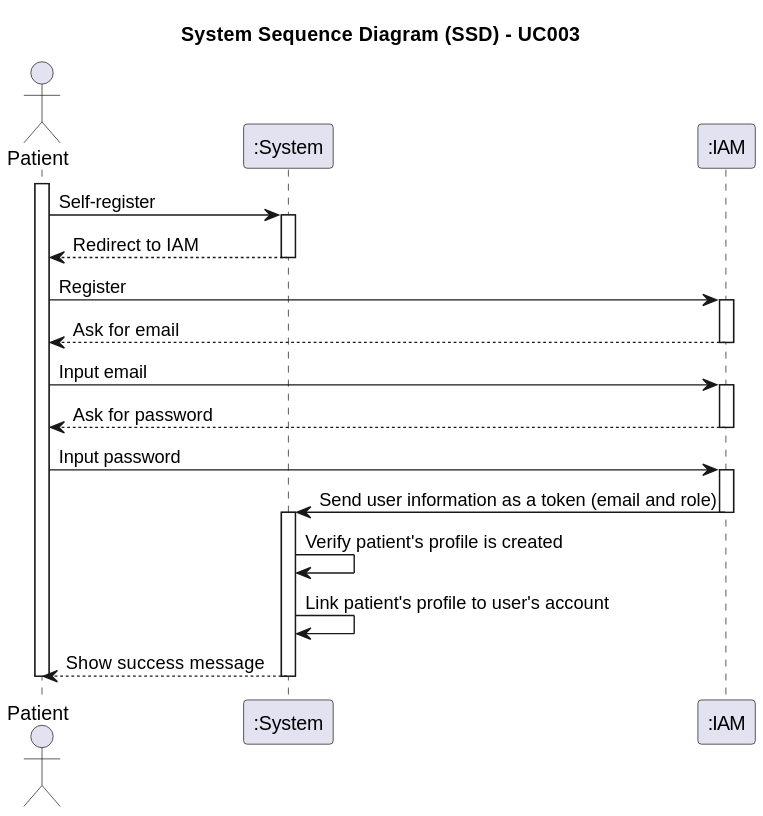
1221124/sem5pi-24-25-g031 keeps this PlantUML diagram as docs/SprintA/UseCases/UC003/01.requirements-engineering/svg/uc003-system-sequence-diagram.svg. Above is the earlier version.
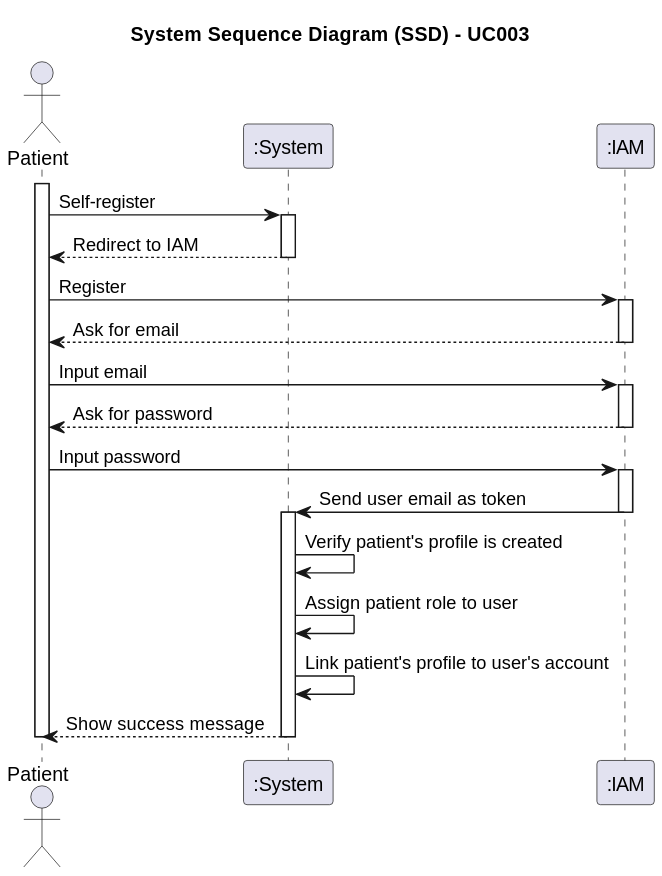
After the change.

Diff of the diagram source:
```diff
@@ -34,13 +34,15 @@
 
     activate IAM
 
-        IAM -> System: Send user information as a token (email and role)
+        IAM -> System: Send user email as token
 
     deactivate IAM
 
     activate System
 
         System -> System: Verify patient's profile is created
+
+        System -> System: Assign patient role to user
 
         System -> System: Link patient's profile to user's account
 
```
